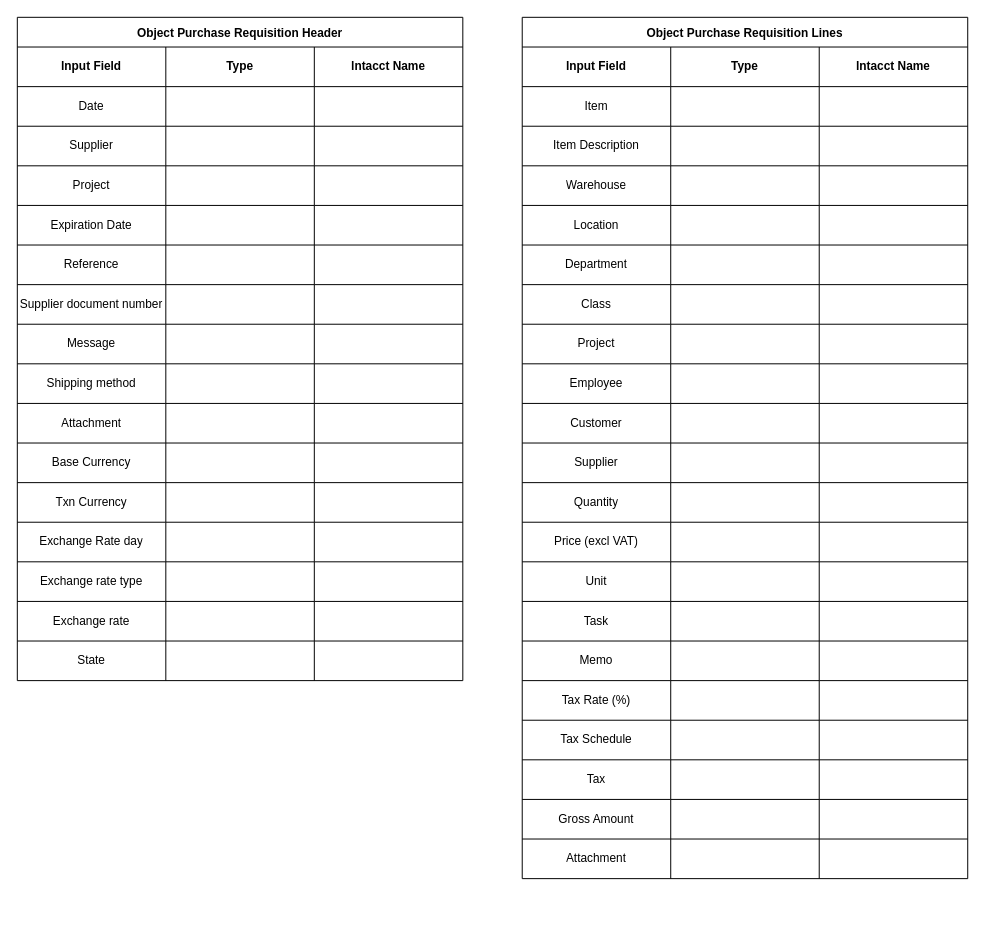
garrithhyman/ProcureLink keeps this draw.io diagram as page "Page-2" (2 of 2) of ProcureLink.drawio. Above is the earlier version. Source tidied: cells renumbered, new cells numbered last; positions are measured from the earlier drawing's top-left corner, leaving out a move shared by most shapes. Both pictures are drawn from the tidied source at 99%, with x=0, y=0 at pixel (17, 17).
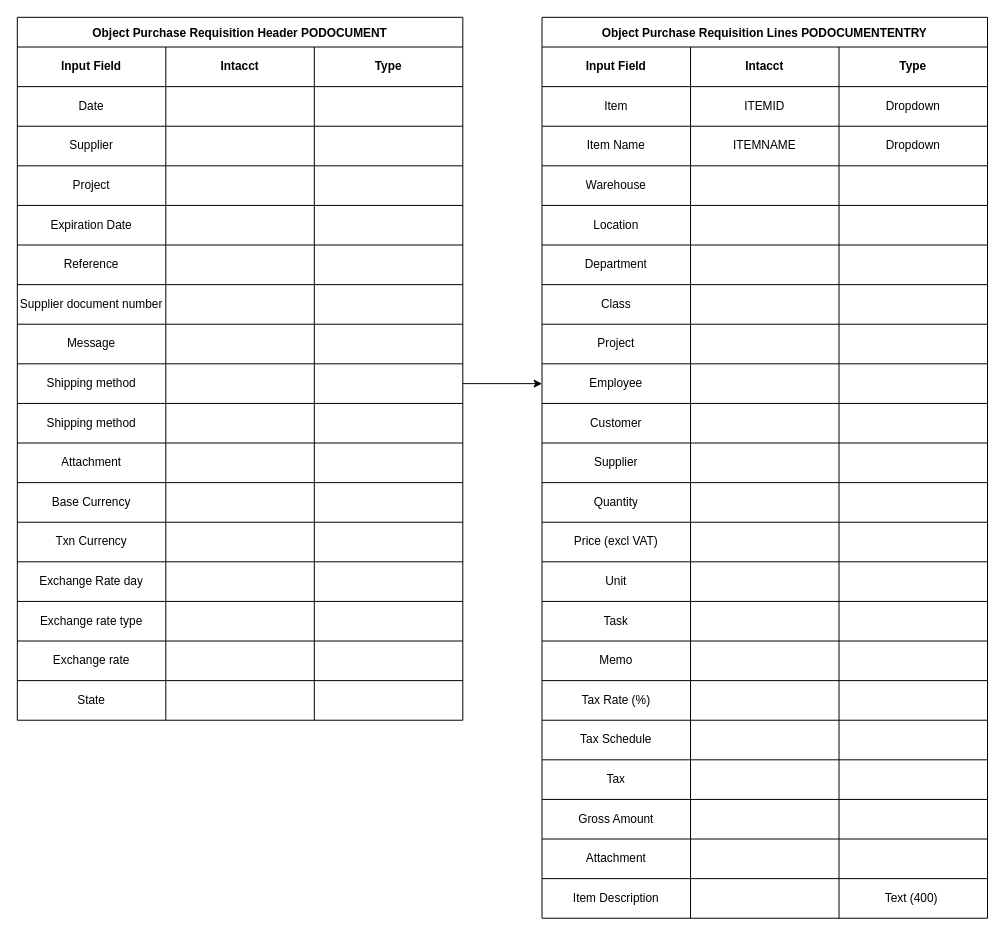
After the change.

Unchanged cells that the change refers to:
```xml
<mxCell id="3" style="shape=tableRow;horizontal=0;startSize=0;swimlaneHead=0;swimlaneBody=0;strokeColor=inherit;top=0;left=0;bottom=0;right=0;fillColor=none;" parent="2" vertex="1">
  <mxGeometry y="30" width="450" height="40" as="geometry" />
</mxCell>
<mxCell id="35" style="shape=tableRow;horizontal=0;startSize=0;swimlaneHead=0;swimlaneBody=0;strokeColor=inherit;top=0;left=0;bottom=0;right=0;fillColor=none;points=[[0,0.5],[1,0.5]];portConstraint=eastwest;" parent="2" vertex="1">
  <mxGeometry y="350" width="450" height="40" as="geometry" />
</mxCell>
<mxCell id="68" style="shape=tableRow;horizontal=0;startSize=0;swimlaneHead=0;swimlaneBody=0;strokeColor=inherit;top=0;left=0;bottom=0;right=0;fillColor=none;" parent="67" vertex="1">
  <mxGeometry y="30" width="450" height="40" as="geometry" />
</mxCell>
<mxCell id="72" style="shape=tableRow;horizontal=0;startSize=0;swimlaneHead=0;swimlaneBody=0;strokeColor=inherit;top=0;left=0;bottom=0;right=0;fillColor=none;" parent="67" vertex="1">
  <mxGeometry y="70" width="450" height="40" as="geometry" />
</mxCell>
<mxCell id="76" style="shape=tableRow;horizontal=0;startSize=0;swimlaneHead=0;swimlaneBody=0;strokeColor=inherit;top=0;left=0;bottom=0;right=0;fillColor=none;" parent="67" vertex="1">
  <mxGeometry y="110" width="450" height="40" as="geometry" />
</mxCell>
<mxCell id="100" style="shape=tableRow;horizontal=0;startSize=0;swimlaneHead=0;swimlaneBody=0;strokeColor=inherit;top=0;left=0;bottom=0;right=0;fillColor=none;points=[[0,0.5],[1,0.5]];portConstraint=eastwest;" parent="67" vertex="1">
  <mxGeometry y="350" width="450" height="40" as="geometry" />
</mxCell>
```

What changed in the source:
```diff
@@
-    <mxCell id="2" value="Object Purchase Requisition Header" style="shape=table;startSize=30;childLayout=tableLayout;fontStyle=1;" parent="1" vertex="1">
-      <mxGeometry width="450" height="670" as="geometry" />
+    <mxCell id="2" value="Object Purchase Requisition Header PODOCUMENT" style="shape=table;startSize=30;childLayout=tableLayout;fontStyle=1;" parent="1" vertex="1">
+      <mxGeometry width="450" height="710" as="geometry" />
     </mxCell>
@@
-    <mxCell id="5" value="Type" style="shape=partialRectangle;html=1;whiteSpace=wrap;strokeColor=inherit;overflow=hidden;fillColor=none;top=0;left=0;bottom=0;right=0;fontStyle=1;" parent="3" vertex="1">
+    <mxCell id="5" value="Intacct" style="shape=partialRectangle;html=1;whiteSpace=wrap;strokeColor=inherit;overflow=hidden;fillColor=none;top=0;left=0;bottom=0;right=0;fontStyle=1;" parent="3" vertex="1">
       <mxGeometry x="150" width="150" height="40" as="geometry" />
     </mxCell>
-    <mxCell id="6" value="Intacct Name" style="shape=partialRectangle;html=1;whiteSpace=wrap;strokeColor=inherit;overflow=hidden;fillColor=none;top=0;left=0;bottom=0;right=0;fontStyle=1;" parent="3" vertex="1">
+    <mxCell id="6" value="Type" style="shape=partialRectangle;html=1;whiteSpace=wrap;strokeColor=inherit;overflow=hidden;fillColor=none;top=0;left=0;bottom=0;right=0;fontStyle=1;" parent="3" vertex="1">
       <mxGeometry x="300" width="150" height="40" as="geometry" />
     </mxCell>
@@
+    <mxCell id="152" style="shape=tableRow;horizontal=0;startSize=0;swimlaneHead=0;swimlaneBody=0;strokeColor=inherit;top=0;left=0;bottom=0;right=0;fillColor=none;" parent="2" vertex="1">
+      <mxGeometry y="390" width="450" height="40" as="geometry" />
+    </mxCell>
+    <mxCell id="153" value="Shipping method" style="shape=partialRectangle;html=1;whiteSpace=wrap;strokeColor=inherit;overflow=hidden;fillColor=none;top=0;left=0;bottom=0;right=0;" parent="152" vertex="1">
+      <mxGeometry width="150" height="40" as="geometry" />
+    </mxCell>
+    <mxCell id="154" style="shape=partialRectangle;html=1;whiteSpace=wrap;strokeColor=inherit;overflow=hidden;fillColor=none;top=0;left=0;bottom=0;right=0;" parent="152" vertex="1">
+      <mxGeometry x="150" width="150" height="40" as="geometry" />
+    </mxCell>
+    <mxCell id="155" style="shape=partialRectangle;html=1;whiteSpace=wrap;strokeColor=inherit;overflow=hidden;fillColor=none;top=0;left=0;bottom=0;right=0;" parent="152" vertex="1">
+      <mxGeometry x="300" width="150" height="40" as="geometry" />
+    </mxCell>
     <mxCell id="39" style="shape=tableRow;horizontal=0;startSize=0;swimlaneHead=0;swimlaneBody=0;strokeColor=inherit;top=0;left=0;bottom=0;right=0;fillColor=none;" parent="2" vertex="1">
-      <mxGeometry y="390" width="450" height="40" as="geometry" />
+      <mxGeometry y="430" width="450" height="40" as="geometry" />
     </mxCell>
@@
     <mxCell id="43" style="shape=tableRow;horizontal=0;startSize=0;swimlaneHead=0;swimlaneBody=0;strokeColor=inherit;top=0;left=0;bottom=0;right=0;fillColor=none;" parent="2" vertex="1">
-      <mxGeometry y="430" width="450" height="40" as="geometry" />
+      <mxGeometry y="470" width="450" height="40" as="geometry" />
     </mxCell>
@@
     <mxCell id="47" style="shape=tableRow;horizontal=0;startSize=0;swimlaneHead=0;swimlaneBody=0;strokeColor=inherit;top=0;left=0;bottom=0;right=0;fillColor=none;" parent="2" vertex="1">
-      <mxGeometry y="470" width="450" height="40" as="geometry" />
+      <mxGeometry y="510" width="450" height="40" as="geometry" />
     </mxCell>
@@
     <mxCell id="51" style="shape=tableRow;horizontal=0;startSize=0;swimlaneHead=0;swimlaneBody=0;strokeColor=inherit;top=0;left=0;bottom=0;right=0;fillColor=none;" parent="2" vertex="1">
-      <mxGeometry y="510" width="450" height="40" as="geometry" />
+      <mxGeometry y="550" width="450" height="40" as="geometry" />
     </mxCell>
@@
     <mxCell id="55" style="shape=tableRow;horizontal=0;startSize=0;swimlaneHead=0;swimlaneBody=0;strokeColor=inherit;top=0;left=0;bottom=0;right=0;fillColor=none;" parent="2" vertex="1">
-      <mxGeometry y="550" width="450" height="40" as="geometry" />
+      <mxGeometry y="590" width="450" height="40" as="geometry" />
     </mxCell>
@@
     <mxCell id="59" style="shape=tableRow;horizontal=0;startSize=0;swimlaneHead=0;swimlaneBody=0;strokeColor=inherit;top=0;left=0;bottom=0;right=0;fillColor=none;" parent="2" vertex="1">
-      <mxGeometry y="590" width="450" height="40" as="geometry" />
+      <mxGeometry y="630" width="450" height="40" as="geometry" />
     </mxCell>
@@
     <mxCell id="63" style="shape=tableRow;horizontal=0;startSize=0;swimlaneHead=0;swimlaneBody=0;strokeColor=inherit;top=0;left=0;bottom=0;right=0;fillColor=none;" parent="2" vertex="1">
-      <mxGeometry y="630" width="450" height="40" as="geometry" />
+      <mxGeometry y="670" width="450" height="40" as="geometry" />
     </mxCell>
@@
-    <mxCell id="67" value="Object Purchase Requisition Lines" style="shape=table;startSize=30;childLayout=tableLayout;fontStyle=1;" parent="1" vertex="1">
-      <mxGeometry x="510" width="450" height="870" as="geometry" />
+    <mxCell id="67" value="Object Purchase Requisition Lines PODOCUMENTENTRY" style="shape=table;startSize=30;childLayout=tableLayout;fontStyle=1;" parent="1" vertex="1">
+      <mxGeometry x="530" width="450" height="910" as="geometry" />
     </mxCell>
@@
-    <mxCell id="70" value="Type" style="shape=partialRectangle;html=1;whiteSpace=wrap;strokeColor=inherit;overflow=hidden;fillColor=none;top=0;left=0;bottom=0;right=0;fontStyle=1;" parent="68" vertex="1">
+    <mxCell id="70" value="Intacct" style="shape=partialRectangle;html=1;whiteSpace=wrap;strokeColor=inherit;overflow=hidden;fillColor=none;top=0;left=0;bottom=0;right=0;fontStyle=1;" parent="68" vertex="1">
       <mxGeometry x="150" width="150" height="40" as="geometry" />
     </mxCell>
-    <mxCell id="71" value="Intacct Name" style="shape=partialRectangle;html=1;whiteSpace=wrap;strokeColor=inherit;overflow=hidden;fillColor=none;top=0;left=0;bottom=0;right=0;fontStyle=1;" parent="68" vertex="1">
+    <mxCell id="71" value="Type" style="shape=partialRectangle;html=1;whiteSpace=wrap;strokeColor=inherit;overflow=hidden;fillColor=none;top=0;left=0;bottom=0;right=0;fontStyle=1;" parent="68" vertex="1">
       <mxGeometry x="300" width="150" height="40" as="geometry" />
     </mxCell>
@@
-    <mxCell id="74" style="shape=partialRectangle;html=1;whiteSpace=wrap;strokeColor=inherit;overflow=hidden;fillColor=none;top=0;left=0;bottom=0;right=0;" parent="72" vertex="1">
+    <mxCell id="74" value="ITEMID" style="shape=partialRectangle;html=1;whiteSpace=wrap;strokeColor=inherit;overflow=hidden;fillColor=none;top=0;left=0;bottom=0;right=0;" parent="72" vertex="1">
       <mxGeometry x="150" width="150" height="40" as="geometry" />
     </mxCell>
-    <mxCell id="75" style="shape=partialRectangle;html=1;whiteSpace=wrap;strokeColor=inherit;overflow=hidden;fillColor=none;top=0;left=0;bottom=0;right=0;" parent="72" vertex="1">
+    <mxCell id="75" value="Dropdown" style="shape=partialRectangle;html=1;whiteSpace=wrap;strokeColor=inherit;overflow=hidden;fillColor=none;top=0;left=0;bottom=0;right=0;" parent="72" vertex="1">
       <mxGeometry x="300" width="150" height="40" as="geometry" />
     </mxCell>
@@
-    <mxCell id="77" value="Item Description" style="shape=partialRectangle;html=1;whiteSpace=wrap;strokeColor=inherit;overflow=hidden;fillColor=none;top=0;left=0;bottom=0;right=0;" parent="76" vertex="1">
+    <mxCell id="77" value="Item Name" style="shape=partialRectangle;html=1;whiteSpace=wrap;strokeColor=inherit;overflow=hidden;fillColor=none;top=0;left=0;bottom=0;right=0;" parent="76" vertex="1">
       <mxGeometry width="150" height="40" as="geometry" />
     </mxCell>
-    <mxCell id="78" style="shape=partialRectangle;html=1;whiteSpace=wrap;strokeColor=inherit;overflow=hidden;fillColor=none;top=0;left=0;bottom=0;right=0;" parent="76" vertex="1">
+    <mxCell id="78" value="ITEMNAME" style="shape=partialRectangle;html=1;whiteSpace=wrap;strokeColor=inherit;overflow=hidden;fillColor=none;top=0;left=0;bottom=0;right=0;" parent="76" vertex="1">
       <mxGeometry x="150" width="150" height="40" as="geometry" />
     </mxCell>
-    <mxCell id="79" style="shape=partialRectangle;html=1;whiteSpace=wrap;strokeColor=inherit;overflow=hidden;fillColor=none;top=0;left=0;bottom=0;right=0;" parent="76" vertex="1">
+    <mxCell id="79" value="Dropdown" style="shape=partialRectangle;html=1;whiteSpace=wrap;strokeColor=inherit;overflow=hidden;fillColor=none;top=0;left=0;bottom=0;right=0;" parent="76" vertex="1">
       <mxGeometry x="300" width="150" height="40" as="geometry" />
     </mxCell>
@@
+    <mxCell id="156" style="shape=tableRow;horizontal=0;startSize=0;swimlaneHead=0;swimlaneBody=0;strokeColor=inherit;top=0;left=0;bottom=0;right=0;fillColor=none;" parent="67" vertex="1">
+      <mxGeometry y="870" width="450" height="40" as="geometry" />
+    </mxCell>
+    <mxCell id="157" value="Item Description" style="shape=partialRectangle;html=1;whiteSpace=wrap;strokeColor=inherit;overflow=hidden;fillColor=none;top=0;left=0;bottom=0;right=0;" parent="156" vertex="1">
+      <mxGeometry width="150" height="40" as="geometry" />
+    </mxCell>
+    <mxCell id="158" style="shape=partialRectangle;html=1;whiteSpace=wrap;strokeColor=inherit;overflow=hidden;fillColor=none;top=0;left=0;bottom=0;right=0;" parent="156" vertex="1">
+      <mxGeometry x="150" width="150" height="40" as="geometry" />
+    </mxCell>
+    <mxCell id="159" value="Text (400)&amp;nbsp;" style="shape=partialRectangle;html=1;whiteSpace=wrap;strokeColor=inherit;overflow=hidden;fillColor=none;top=0;left=0;bottom=0;right=0;" parent="156" vertex="1">
+      <mxGeometry x="300" width="150" height="40" as="geometry" />
+    </mxCell>
+    <mxCell id="160" style="edgeStyle=orthogonalEdgeStyle;rounded=0;jettySize=auto;html=1;entryX=0;entryY=0.5;entryDx=0;entryDy=0;" parent="1" edge="1" source="35" target="100">
+      <mxGeometry relative="1" as="geometry" />
+    </mxCell>
```
